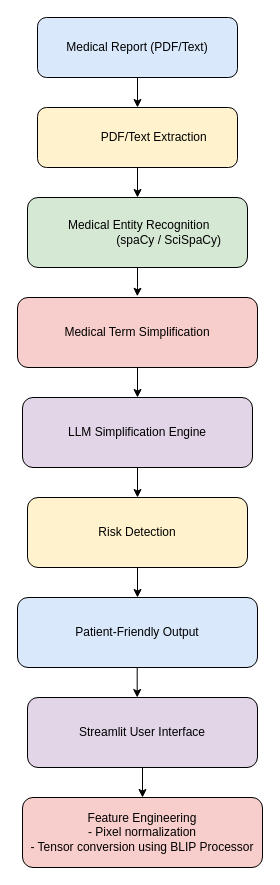
Before: architecture_diagram.drawio in UmayyaNahanAP/AI-Medical-Report-Simplifier, a draw.io diagram. Source tidied: cells renumbered, new cells numbered last; positions are measured from the earlier drawing's top-left corner, leaving out a move shared by most shapes. Both pictures are drawn from the tidied source at 100%, with x=0, y=0 at pixel (17, 17).
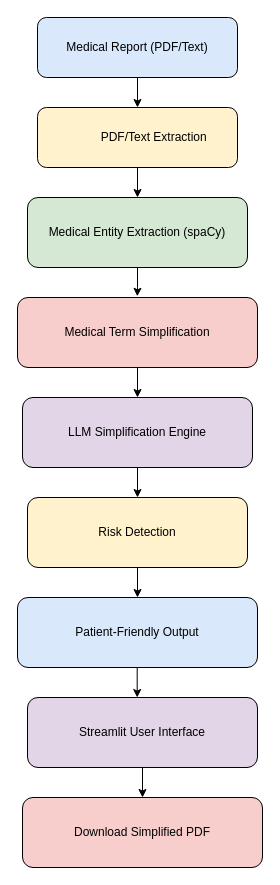
Above is the later version.

Commit message:
change in architecture diagram

The edit, as a diff of the source:
```diff
@@
-    <mxCell id="6" value="&lt;span style=&quot;text-align: left;&quot;&gt;&amp;nbsp;Medical Entity Recognition&lt;/span&gt;&lt;br style=&quot;padding: 0px; margin: 0px; text-align: left;&quot;&gt;&lt;span style=&quot;text-align: left;&quot;&gt;&amp;nbsp; &amp;nbsp; &amp;nbsp; &amp;nbsp; &amp;nbsp; &amp;nbsp; &amp;nbsp; &amp;nbsp; &amp;nbsp; &amp;nbsp;(spaCy / SciSpaCy)&lt;/span&gt;" style="rounded=1;whiteSpace=wrap;html=1;fillColor=#d5e8d4;" parent="1" vertex="1">
+    <mxCell id="6" value="Medical Entity Extraction (spaCy)" style="rounded=1;whiteSpace=wrap;html=1;fillColor=#d5e8d4;" parent="1" vertex="1">
       <mxGeometry x="10" y="180" width="220" height="70" as="geometry" />
     </mxCell>
@@
-    <mxCell id="18" value="Feature Engineering&lt;br&gt; - Pixel normalization&lt;br&gt; - Tensor conversion using BLIP Processor" style="rounded=1;whiteSpace=wrap;html=1;fillColor=#f8cecc;" parent="1" vertex="1">
+    <mxCell id="18" value="Download Simplified PDF" style="rounded=1;whiteSpace=wrap;html=1;fillColor=#f8cecc;" parent="1" vertex="1">
       <mxGeometry x="5" y="780" width="240" height="70" as="geometry" />
     </mxCell>
```
